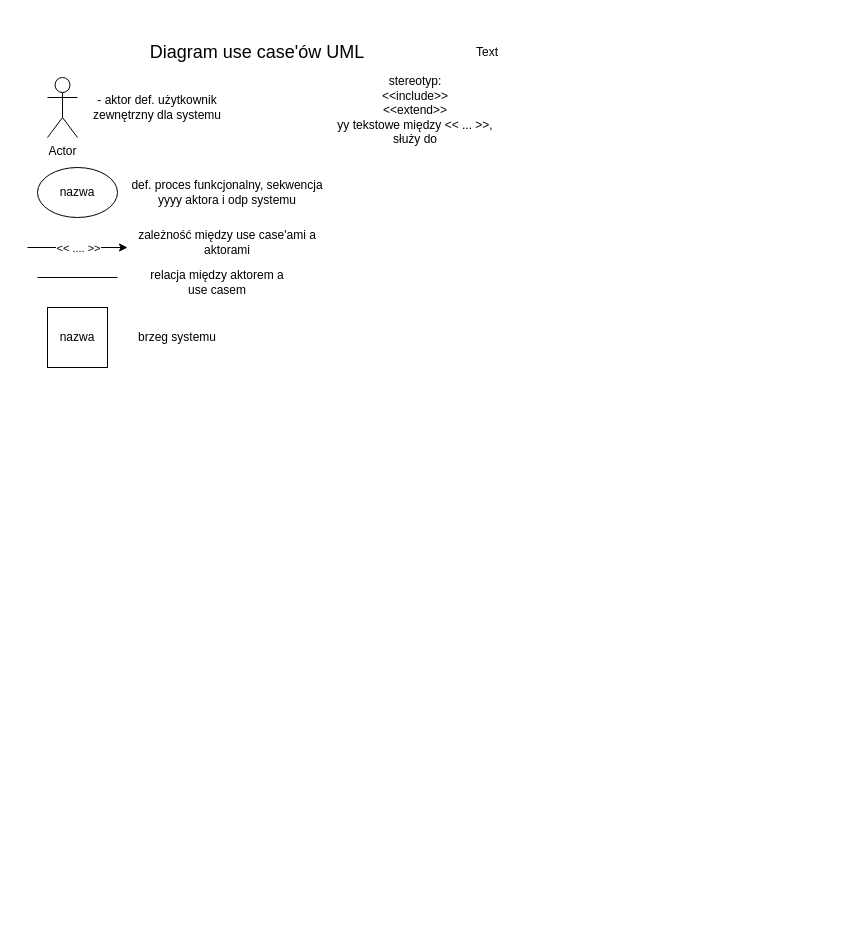
This is Lab_docs/Diagram bez tytułu.drawio from zuzannaoliwiak/Projekt_in-ynieria, a draw.io file, before an edit. Source tidied: cells renumbered, new cells numbered last; positions are measured from the earlier drawing's top-left corner, leaving out a move shared by most shapes. Both pictures are drawn from the tidied source at 100%, with x=0, y=0 at pixel (27, 37).
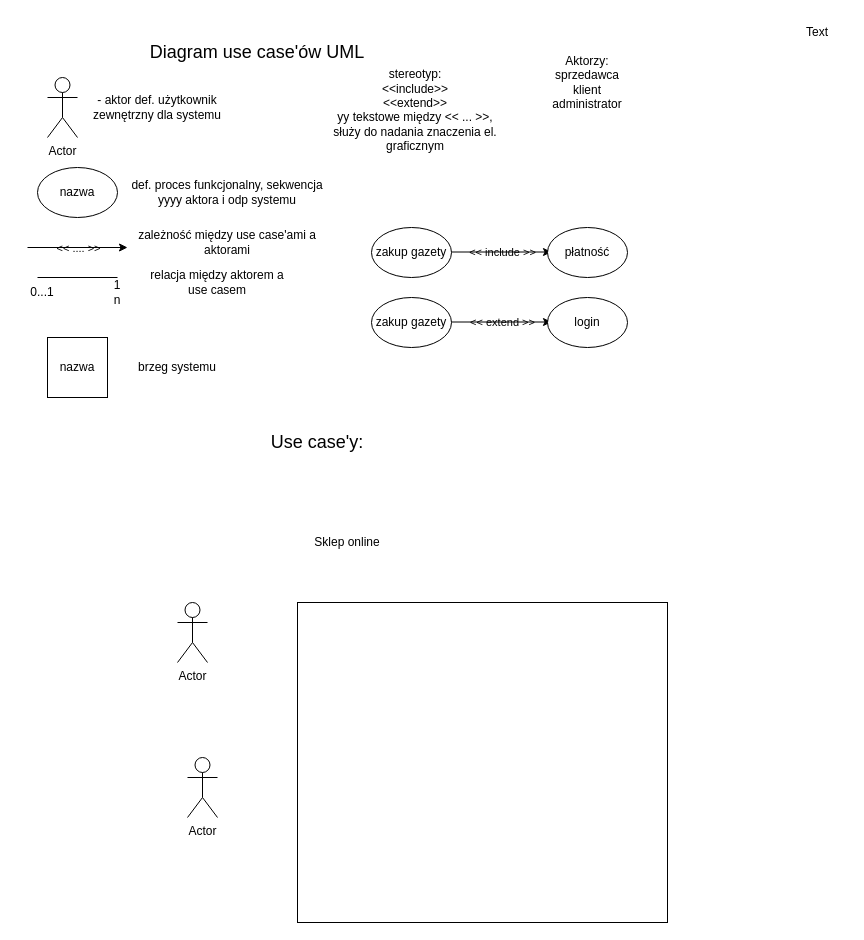
The same diagram, later.

What changed in the source:
```diff
@@
-    <mxCell id="2" value="&lt;font style=&quot;font-size: 18px;&quot;&gt;Diagram use case'ów UML&lt;/font&gt;" style="text;html=1;whiteSpace=wrap;strokeColor=none;fillColor=none;align=center;verticalAlign=middle;rounded=0;" parent="1" vertex="1">
+    <mxCell id="2" value="&lt;font style=&quot;font-size: 18px;&quot;&gt;Diagram use case'ów UML&lt;/font&gt;" style="text;html=1;whiteSpace=wrap;strokeColor=none;fillColor=none;align=center;verticalAlign=middle;rounded=0;labelBackgroundColor=none;" parent="1" vertex="1">
       <mxGeometry x="80" width="300" height="30" as="geometry" />
     </mxCell>
-    <mxCell id="3" value="Actor" style="shape=umlActor;verticalLabelPosition=bottom;verticalAlign=top;html=1;" parent="1" vertex="1">
+    <mxCell id="3" value="Actor" style="shape=umlActor;verticalLabelPosition=bottom;verticalAlign=top;html=1;labelBackgroundColor=none;" parent="1" vertex="1">
       <mxGeometry x="20" y="40" width="30" height="60" as="geometry" />
     </mxCell>
-    <mxCell id="4" style="endArrow=classic;html=1;rounded=0;" parent="1" edge="1">
+    <mxCell id="4" style="endArrow=classic;html=1;rounded=0;labelBackgroundColor=none;fontColor=default;" parent="1" edge="1">
       <mxGeometry relative="1" as="geometry">
         <mxPoint y="210" as="sourcePoint" />
         <mxPoint x="100" y="210" as="targetPoint" />
       </mxGeometry>
     </mxCell>
-    <mxCell id="5" value="&amp;lt;&amp;lt; .... &amp;gt;&amp;gt;" style="edgeLabel;html=1;align=center;verticalAlign=middle;" parent="4" vertex="1">
+    <mxCell id="5" value="&amp;lt;&amp;lt; .... &amp;gt;&amp;gt;" style="edgeLabel;html=1;align=center;verticalAlign=middle;labelBackgroundColor=none;" parent="4" vertex="1">
       <mxGeometry relative="1" as="geometry" />
     </mxCell>
-    <mxCell id="6" style="endArrow=none;html=1;rounded=0;" parent="1" edge="1">
+    <mxCell id="6" style="endArrow=none;html=1;rounded=0;labelBackgroundColor=none;fontColor=default;" parent="1" edge="1">
       <mxGeometry relative="1" as="geometry">
         <mxPoint x="10" y="240" as="sourcePoint" />
         <mxPoint x="90" y="240" as="targetPoint" />
       </mxGeometry>
     </mxCell>
-    <mxCell id="7" value="nazwa" style="whiteSpace=wrap;html=1;" parent="1" vertex="1">
-      <mxGeometry x="20" y="270" width="60" height="60" as="geometry" />
+    <mxCell id="7" value="nazwa" style="whiteSpace=wrap;html=1;labelBackgroundColor=none;" parent="1" vertex="1">
+      <mxGeometry x="20" y="300" width="60" height="60" as="geometry" />
     </mxCell>
-    <mxCell id="8" value="nazwa" style="ellipse;whiteSpace=wrap;html=1;" parent="1" vertex="1">
+    <mxCell id="8" value="nazwa" style="ellipse;whiteSpace=wrap;html=1;labelBackgroundColor=none;" parent="1" vertex="1">
       <mxGeometry x="10" y="130" width="80" height="50" as="geometry" />
     </mxCell>
-    <mxCell id="9" value="Text" style="text;html=1;whiteSpace=wrap;strokeColor=none;fillColor=none;align=center;verticalAlign=middle;rounded=0;" parent="1" vertex="1">
-      <mxGeometry x="430" width="60" height="30" as="geometry" />
+    <mxCell id="9" value="Aktorzy:&lt;div&gt;sprzedawca&lt;/div&gt;&lt;div&gt;klient&lt;/div&gt;&lt;div&gt;administrator&lt;/div&gt;" style="text;html=1;whiteSpace=wrap;strokeColor=none;fillColor=none;align=center;verticalAlign=middle;rounded=0;labelBackgroundColor=none;" parent="1" vertex="1">
+      <mxGeometry x="530" y="30" width="60" height="30" as="geometry" />
     </mxCell>
-    <mxCell id="10" value="- aktor def. użytkownik zewnętrzny dla systemu" style="text;html=1;whiteSpace=wrap;strokeColor=none;fillColor=none;align=center;verticalAlign=middle;rounded=0;" parent="1" vertex="1">
+    <mxCell id="10" value="- aktor def. użytkownik zewnętrzny dla systemu" style="text;html=1;whiteSpace=wrap;strokeColor=none;fillColor=none;align=center;verticalAlign=middle;rounded=0;labelBackgroundColor=none;" parent="1" vertex="1">
       <mxGeometry x="60" y="55" width="140" height="30" as="geometry" />
     </mxCell>
-    <mxCell id="11" value="def. proces funkcjonalny, sekwencja yyyy aktora i odp systemu" style="text;html=1;whiteSpace=wrap;strokeColor=none;fillColor=none;align=center;verticalAlign=middle;rounded=0;" parent="1" vertex="1">
+    <mxCell id="11" value="def. proces funkcjonalny, sekwencja yyyy aktora i odp systemu" style="text;html=1;whiteSpace=wrap;strokeColor=none;fillColor=none;align=center;verticalAlign=middle;rounded=0;labelBackgroundColor=none;" parent="1" vertex="1">
       <mxGeometry x="100" y="140" width="200" height="30" as="geometry" />
     </mxCell>
-    <mxCell id="12" value="zależność między use case'ami a aktorami" style="text;html=1;whiteSpace=wrap;strokeColor=none;fillColor=none;align=center;verticalAlign=middle;rounded=0;" parent="1" vertex="1">
+    <mxCell id="12" value="zależność między use case'ami a aktorami" style="text;html=1;whiteSpace=wrap;strokeColor=none;fillColor=none;align=center;verticalAlign=middle;rounded=0;labelBackgroundColor=none;" parent="1" vertex="1">
       <mxGeometry x="110" y="190" width="180" height="30" as="geometry" />
     </mxCell>
-    <mxCell id="13" value="relacja między aktorem a use casem" style="text;html=1;whiteSpace=wrap;strokeColor=none;fillColor=none;align=center;verticalAlign=middle;rounded=0;" parent="1" vertex="1">
+    <mxCell id="13" value="relacja między aktorem a use casem" style="text;html=1;whiteSpace=wrap;strokeColor=none;fillColor=none;align=center;verticalAlign=middle;rounded=0;labelBackgroundColor=none;" parent="1" vertex="1">
       <mxGeometry x="120" y="230" width="140" height="30" as="geometry" />
     </mxCell>
-    <mxCell id="14" value="brzeg systemu" style="text;html=1;whiteSpace=wrap;strokeColor=none;fillColor=none;align=center;verticalAlign=middle;rounded=0;" parent="1" vertex="1">
-      <mxGeometry x="100" y="285" width="100" height="30" as="geometry" />
+    <mxCell id="14" value="brzeg systemu" style="text;html=1;whiteSpace=wrap;strokeColor=none;fillColor=none;align=center;verticalAlign=middle;rounded=0;labelBackgroundColor=none;" parent="1" vertex="1">
+      <mxGeometry x="100" y="315" width="100" height="30" as="geometry" />
     </mxCell>
-    <mxCell id="15" value="stereotyp:&lt;div&gt;&amp;lt;&amp;lt;include&amp;gt;&amp;gt;&lt;/div&gt;&lt;div&gt;&amp;lt;&amp;lt;extend&amp;gt;&amp;gt;&lt;/div&gt;&lt;div&gt;yy tekstowe między &amp;lt;&amp;lt; ... &amp;gt;&amp;gt;, służy do&lt;/div&gt;&lt;div&gt;&lt;br&gt;&lt;/div&gt;" style="text;html=1;whiteSpace=wrap;strokeColor=none;fillColor=none;align=center;verticalAlign=middle;rounded=0;" parent="1" vertex="1">
+    <mxCell id="15" value="stereotyp:&lt;div&gt;&amp;lt;&amp;lt;include&amp;gt;&amp;gt;&lt;/div&gt;&lt;div&gt;&amp;lt;&amp;lt;extend&amp;gt;&amp;gt;&lt;/div&gt;&lt;div&gt;yy tekstowe między &amp;lt;&amp;lt; ... &amp;gt;&amp;gt;, służy do nadania znaczenia el. graficznym&lt;/div&gt;&lt;div&gt;&lt;br&gt;&lt;/div&gt;" style="text;html=1;whiteSpace=wrap;strokeColor=none;fillColor=none;align=center;verticalAlign=middle;rounded=0;labelBackgroundColor=none;" parent="1" vertex="1">
       <mxGeometry x="300" y="55" width="176" height="50" as="geometry" />
     </mxCell>
+    <mxCell id="16" value="zakup gazety" style="ellipse;whiteSpace=wrap;html=1;labelBackgroundColor=none;" parent="1" vertex="1">
+      <mxGeometry x="344" y="190" width="80" height="50" as="geometry" />
+    </mxCell>
+    <mxCell id="17" style="endArrow=classic;html=1;rounded=0;labelBackgroundColor=none;fontColor=default;" parent="1" edge="1">
+      <mxGeometry relative="1" as="geometry">
+        <mxPoint x="424" y="214.5" as="sourcePoint" />
+        <mxPoint x="524" y="214.5" as="targetPoint" />
+      </mxGeometry>
+    </mxCell>
+    <mxCell id="18" value="&amp;lt;&amp;lt; include &amp;gt;&amp;gt;" style="edgeLabel;html=1;align=center;verticalAlign=middle;labelBackgroundColor=none;" parent="17" vertex="1">
+      <mxGeometry relative="1" as="geometry" />
+    </mxCell>
+    <mxCell id="19" value="płatność" style="ellipse;whiteSpace=wrap;html=1;labelBackgroundColor=none;" parent="1" vertex="1">
+      <mxGeometry x="520" y="190" width="80" height="50" as="geometry" />
+    </mxCell>
+    <mxCell id="20" value="0...1" style="text;html=1;whiteSpace=wrap;strokeColor=none;fillColor=none;align=center;verticalAlign=middle;rounded=0;labelBackgroundColor=none;" parent="1" vertex="1">
+      <mxGeometry x="-10" y="240" width="50" height="30" as="geometry" />
+    </mxCell>
+    <mxCell id="21" value="1&lt;div&gt;n&lt;/div&gt;" style="text;html=1;whiteSpace=wrap;strokeColor=none;fillColor=none;align=center;verticalAlign=middle;rounded=0;labelBackgroundColor=none;" parent="1" vertex="1">
+      <mxGeometry x="60" y="240" width="60" height="30" as="geometry" />
+    </mxCell>
+    <mxCell id="22" value="zakup gazety" style="ellipse;whiteSpace=wrap;html=1;labelBackgroundColor=none;" parent="1" vertex="1">
+      <mxGeometry x="344" y="260" width="80" height="50" as="geometry" />
+    </mxCell>
+    <mxCell id="23" style="endArrow=classic;html=1;rounded=0;labelBackgroundColor=none;fontColor=default;" parent="1" edge="1">
+      <mxGeometry relative="1" as="geometry">
+        <mxPoint x="424" y="284.5" as="sourcePoint" />
+        <mxPoint x="524" y="284.5" as="targetPoint" />
+      </mxGeometry>
+    </mxCell>
+    <mxCell id="24" value="&amp;lt;&amp;lt; extend &amp;gt;&amp;gt;" style="edgeLabel;html=1;align=center;verticalAlign=middle;labelBackgroundColor=none;" parent="23" vertex="1">
+      <mxGeometry relative="1" as="geometry" />
+    </mxCell>
+    <mxCell id="25" value="login" style="ellipse;whiteSpace=wrap;html=1;labelBackgroundColor=none;" parent="1" vertex="1">
+      <mxGeometry x="520" y="260" width="80" height="50" as="geometry" />
+    </mxCell>
+    <mxCell id="26" value="Text" style="text;html=1;whiteSpace=wrap;strokeColor=none;fillColor=none;align=center;verticalAlign=middle;rounded=0;labelBackgroundColor=none;" parent="1" vertex="1">
+      <mxGeometry x="760" y="-20" width="60" height="30" as="geometry" />
+    </mxCell>
+    <mxCell id="27" value="&lt;font style=&quot;font-size: 18px;&quot;&gt;Use case'y:&lt;/font&gt;" style="text;html=1;whiteSpace=wrap;strokeColor=none;fillColor=none;align=center;verticalAlign=middle;rounded=0;labelBackgroundColor=none;" parent="1" vertex="1">
+      <mxGeometry x="210" y="390" width="160" height="30" as="geometry" />
+    </mxCell>
+    <mxCell id="28" value="&lt;font style=&quot;font-size: 12px;&quot;&gt;Sklep online&lt;/font&gt;" style="text;html=1;whiteSpace=wrap;strokeColor=none;fillColor=none;align=center;verticalAlign=middle;rounded=0;labelBackgroundColor=none;" parent="1" vertex="1">
+      <mxGeometry x="240" y="490" width="160" height="30" as="geometry" />
+    </mxCell>
+    <mxCell id="29" style="rounded=0;whiteSpace=wrap;html=1;labelBackgroundColor=none;" parent="1" vertex="1">
+      <mxGeometry x="270" y="565" width="370" height="320" as="geometry" />
+    </mxCell>
+    <mxCell id="30" value="Actor" style="shape=umlActor;verticalLabelPosition=bottom;verticalAlign=top;html=1;labelBackgroundColor=none;" parent="1" vertex="1">
+      <mxGeometry x="150" y="565" width="30" height="60" as="geometry" />
+    </mxCell>
+    <mxCell id="31" value="Actor" style="shape=umlActor;verticalLabelPosition=bottom;verticalAlign=top;html=1;labelBackgroundColor=none;" parent="1" vertex="1">
+      <mxGeometry x="160" y="720" width="30" height="60" as="geometry" />
+    </mxCell>
```
